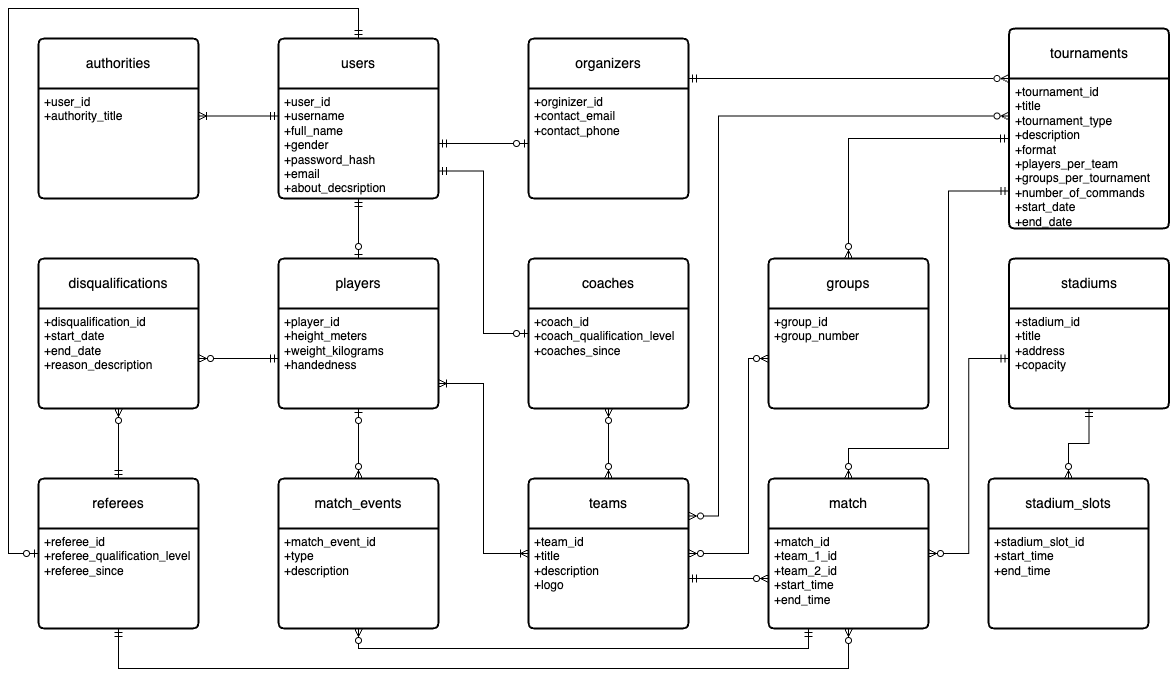
Earlier version of the draw.io export presentation/concept-model.png (vodobryshkin/is-course-work-0). Source tidied: cells renumbered, new cells last; positions are measured from the earlier drawing's top-left corner, leaving out a move shared by most shapes.
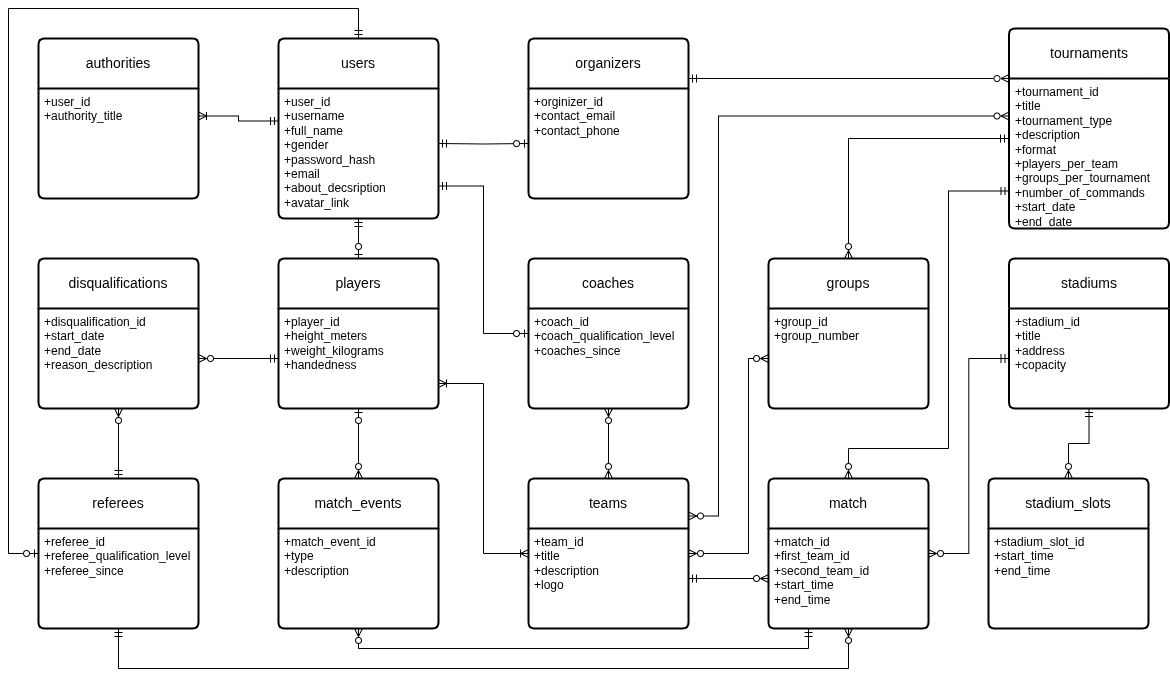
Above is the later version.

Commit message:
Добавил свою логическую модель и исправил косяки в концептуальной

The edit, as a diff of the source:
```diff
@@ -20,7 +20,7 @@
     <mxCell id="5" value="match" style="swimlane;horizontal=1;startSize=50;rounded=1;fontSize=14;fontStyle=0;strokeWidth=2;shadow=0;dashed=0;align=center;arcSize=4;whiteSpace=wrap;html=1;" parent="1" vertex="1">
       <mxGeometry x="760" y="470" width="160" height="150" as="geometry" />
     </mxCell>
-    <mxCell id="6" value="+match_id&lt;br&gt;+team_1_id&lt;br&gt;+team_2_id&lt;br&gt;+start_time&lt;br style=&quot;border-color: rgb(218, 220, 224);&quot;&gt;+end_time" style="align=left;strokeColor=none;fillColor=none;spacingLeft=4;fontSize=12;verticalAlign=top;html=1;" parent="5" vertex="1">
+    <mxCell id="6" value="+match_id&lt;br&gt;+first_team_id&lt;br&gt;+second_team_id&lt;br&gt;+start_time&lt;br style=&quot;border-color: rgb(218, 220, 224);&quot;&gt;+end_time" style="align=left;strokeColor=none;fillColor=none;spacingLeft=4;fontSize=12;verticalAlign=top;html=1;" parent="5" vertex="1">
       <mxGeometry y="50" width="160" height="100" as="geometry" />
     </mxCell>
     <mxCell id="7" style="edgeStyle=orthogonalEdgeStyle;rounded=0;jettySize=auto;html=1;entryX=0.5;entryY=1;entryDx=0;entryDy=0;endArrow=ERmandOne;endFill=0;startArrow=ERzeroToMany;startFill=0;" parent="1" edge="1" source="8" target="3">
@@ -125,10 +125,10 @@
       <mxGeometry y="50" width="160" height="110" as="geometry" />
     </mxCell>
     <mxCell id="37" value="users" style="swimlane;horizontal=1;startSize=50;rounded=1;fontSize=14;fontStyle=0;strokeWidth=2;shadow=0;dashed=0;align=center;arcSize=4;whiteSpace=wrap;html=1;" parent="1" vertex="1">
-      <mxGeometry x="270" y="30" width="160" height="160" as="geometry" />
+      <mxGeometry x="270" y="30" width="160" height="180" as="geometry" />
     </mxCell>
-    <mxCell id="38" value="+user_id&lt;br&gt;+username&lt;br&gt;+full_name&lt;br&gt;+gender&lt;br&gt;+password_hash&lt;br&gt;+email&lt;br&gt;+about_decsription" style="align=left;strokeColor=none;fillColor=none;spacingLeft=4;fontSize=12;verticalAlign=top;html=1;" parent="37" vertex="1">
-      <mxGeometry y="50" width="160" height="110" as="geometry" />
+    <mxCell id="38" value="+user_id&lt;br&gt;+username&lt;br&gt;+full_name&lt;br&gt;+gender&lt;br&gt;+password_hash&lt;br&gt;+email&lt;br&gt;+about_decsription&lt;br&gt;+avatar_link" style="align=left;strokeColor=none;fillColor=none;spacingLeft=4;fontSize=12;verticalAlign=top;html=1;" parent="37" vertex="1">
+      <mxGeometry y="50" width="160" height="130" as="geometry" />
     </mxCell>
     <mxCell id="39" style="edgeStyle=orthogonalEdgeStyle;rounded=0;jettySize=auto;html=1;entryX=1;entryY=0.25;entryDx=0;entryDy=0;endArrow=ERzeroToMany;endFill=0;startArrow=ERmandOne;startFill=0;" parent="1" edge="1" source="3" target="6">
       <mxGeometry relative="1" as="geometry" />
@@ -177,8 +177,10 @@
     <mxCell id="47" style="edgeStyle=orthogonalEdgeStyle;rounded=0;jettySize=auto;html=1;entryX=1;entryY=0.5;entryDx=0;entryDy=0;endArrow=ERzeroToMany;endFill=0;startArrow=ERmandOne;startFill=0;" parent="1" edge="1" source="29" target="34">
       <mxGeometry relative="1" as="geometry" />
     </mxCell>
-    <mxCell id="48" style="edgeStyle=orthogonalEdgeStyle;rounded=0;jettySize=auto;html=1;entryX=0;entryY=0.5;entryDx=0;entryDy=0;startArrow=ERmandOne;startFill=0;endArrow=ERzeroToOne;endFill=0;" parent="1" edge="1" source="38" target="32">
-      <mxGeometry relative="1" as="geometry" />
+    <mxCell id="48" style="edgeStyle=orthogonalEdgeStyle;rounded=0;jettySize=auto;html=1;entryX=0;entryY=0.5;entryDx=0;entryDy=0;startArrow=ERmandOne;startFill=0;endArrow=ERzeroToOne;endFill=0;" parent="1" edge="1" target="32">
+      <mxGeometry relative="1" as="geometry">
+        <mxPoint x="430" y="135" as="sourcePoint" />
+      </mxGeometry>
     </mxCell>
     <mxCell id="49" style="edgeStyle=orthogonalEdgeStyle;rounded=0;jettySize=auto;html=1;exitX=0;exitY=0.25;exitDx=0;exitDy=0;startArrow=ERmandOne;startFill=0;endArrow=ERoneToMany;endFill=0;entryX=1;entryY=0.25;entryDx=0;entryDy=0;" parent="1" edge="1" source="38" target="36">
       <mxGeometry relative="1" as="geometry" />
```
